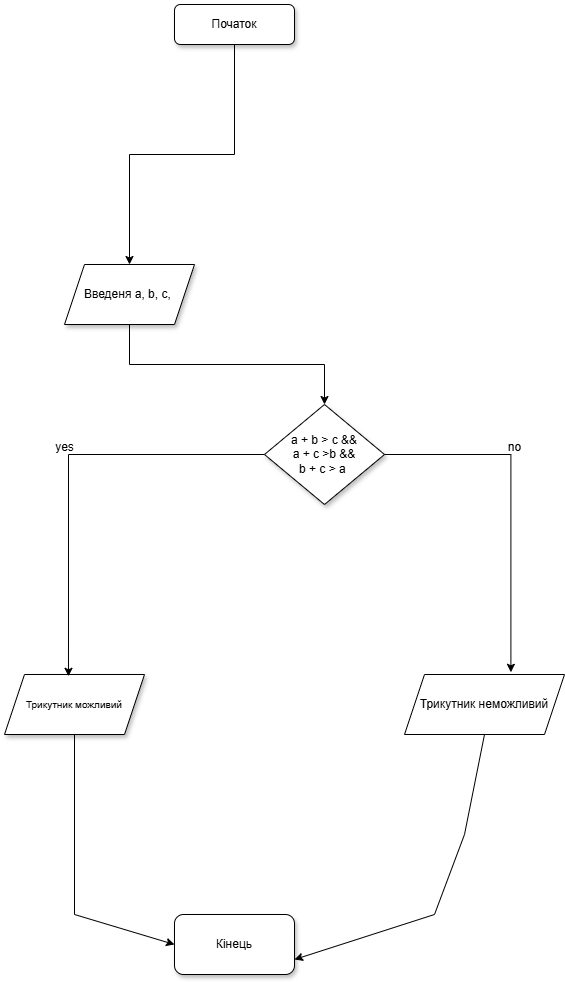
Above: Диаграмма без названия.drawio.png in Ivan123Ukr/-1 (draw.io), before the change. Source tidied: cells renumbered, new cells last; positions are measured from the earlier drawing's top-left corner, leaving out a move shared by most shapes. Its diagram source:
```xml
<mxGraphModel>
  <root>
    <mxCell id="0" />
    <mxCell id="1" parent="0" />
    <mxCell id="2" style="edgeStyle=orthogonalEdgeStyle;rounded=0;jettySize=auto;html=1;entryX=0.5;entryY=0;entryDx=0;entryDy=0;" parent="1" edge="1" source="3" target="5">
      <mxGeometry relative="1" as="geometry" />
    </mxCell>
    <mxCell id="3" value="Початок" style="rounded=1;whiteSpace=wrap;html=1;shadow=1;" parent="1" vertex="1">
      <mxGeometry x="170" width="120" height="40" as="geometry" />
    </mxCell>
    <mxCell id="4" style="edgeStyle=orthogonalEdgeStyle;rounded=0;jettySize=auto;html=1;exitX=0.5;exitY=1;exitDx=0;exitDy=0;" parent="1" edge="1" source="5" target="6">
      <mxGeometry relative="1" as="geometry" />
    </mxCell>
    <mxCell id="5" value="Введеня a, b, c,&amp;nbsp;" style="shape=parallelogram;perimeter=parallelogramPerimeter;whiteSpace=wrap;html=1;fixedSize=1;shadow=1;" parent="1" vertex="1">
      <mxGeometry x="60" y="260" width="130" height="60" as="geometry" />
    </mxCell>
    <mxCell id="6" value="a + b &amp;gt; c &amp;amp;&amp;amp;&lt;div&gt;a + c &amp;gt;b &amp;amp;&amp;amp;&lt;/div&gt;&lt;div&gt;b + c &amp;gt; a&amp;nbsp;&lt;/div&gt;" style="rhombus;whiteSpace=wrap;html=1;strokeWidth=1;shadow=1;" parent="1" vertex="1">
      <mxGeometry x="260" y="400" width="120" height="100" as="geometry" />
    </mxCell>
    <mxCell id="7" value="&lt;font size=&quot;1&quot;&gt;Трикутник можливий&lt;/font&gt;" style="shape=parallelogram;perimeter=parallelogramPerimeter;whiteSpace=wrap;html=1;fixedSize=1;shadow=1;" parent="1" vertex="1">
      <mxGeometry y="670" width="140" height="60" as="geometry" />
    </mxCell>
    <mxCell id="8" value="Трикутник неможливий" style="shape=parallelogram;perimeter=parallelogramPerimeter;whiteSpace=wrap;html=1;fixedSize=1;shadow=0;" parent="1" vertex="1">
      <mxGeometry x="400" y="670" width="160" height="60" as="geometry" />
    </mxCell>
    <mxCell id="9" style="edgeStyle=orthogonalEdgeStyle;rounded=0;jettySize=auto;html=1;entryX=0.457;entryY=0.03;entryDx=0;entryDy=0;entryPerimeter=0;" parent="1" edge="1" source="6" target="7">
      <mxGeometry relative="1" as="geometry" />
    </mxCell>
    <mxCell id="10" style="edgeStyle=orthogonalEdgeStyle;rounded=0;jettySize=auto;html=1;exitX=1;exitY=0.5;exitDx=0;exitDy=0;entryX=0.665;entryY=-0.037;entryDx=0;entryDy=0;entryPerimeter=0;" parent="1" edge="1" source="6" target="8">
      <mxGeometry relative="1" as="geometry" />
    </mxCell>
    <mxCell id="11" value="no" style="text;html=1;align=center;verticalAlign=middle;strokeColor=none;fillColor=none;" parent="1" vertex="1">
      <mxGeometry x="490" y="428" width="40" height="30" as="geometry" />
    </mxCell>
    <mxCell id="12" value="yes" style="text;html=1;align=center;verticalAlign=middle;strokeColor=none;fillColor=none;" parent="1" vertex="1">
      <mxGeometry x="40" y="428" width="40" height="30" as="geometry" />
    </mxCell>
    <mxCell id="13" value="Кінець" style="rounded=1;whiteSpace=wrap;html=1;shadow=1;" parent="1" vertex="1">
      <mxGeometry x="170" y="910" width="120" height="60" as="geometry" />
    </mxCell>
    <mxCell id="14" style="endArrow=classic;html=1;rounded=0;exitX=0.5;exitY=1;exitDx=0;exitDy=0;entryX=1;entryY=0.75;entryDx=0;entryDy=0;" parent="1" edge="1" source="8" target="13">
      <mxGeometry relative="1" as="geometry">
        <Array as="points">
          <mxPoint x="460" y="830" />
          <mxPoint x="430" y="910" />
        </Array>
      </mxGeometry>
    </mxCell>
    <mxCell id="15" style="endArrow=classic;html=1;rounded=0;exitX=0.5;exitY=1;exitDx=0;exitDy=0;entryX=0;entryY=0.5;entryDx=0;entryDy=0;" parent="1" edge="1" source="7" target="13">
      <mxGeometry relative="1" as="geometry">
        <Array as="points">
          <mxPoint x="70" y="910" />
        </Array>
      </mxGeometry>
    </mxCell>
  </root>
</mxGraphModel>
```
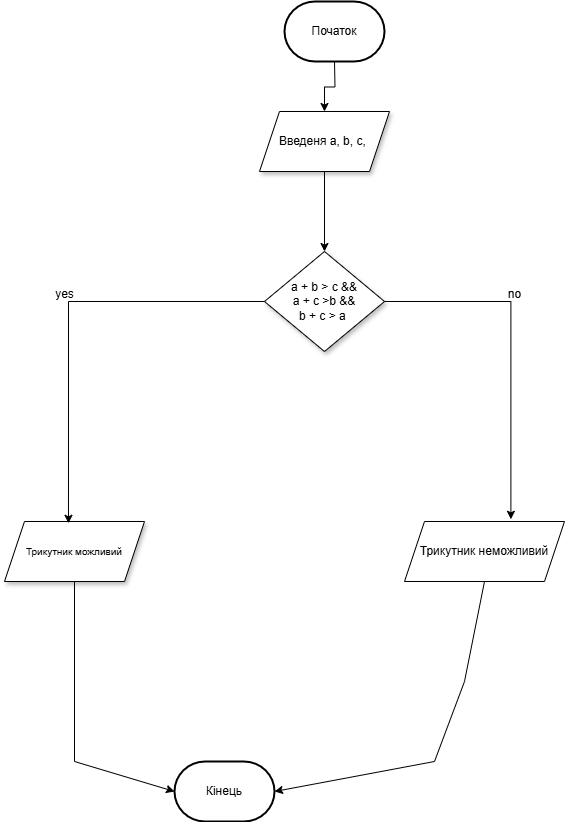
The same diagram one commit later.

Change to the diagram source:
```diff
@@ -2,17 +2,16 @@
   <root>
     <mxCell id="0" />
     <mxCell id="1" parent="0" />
-    <mxCell id="2" style="edgeStyle=orthogonalEdgeStyle;rounded=0;jettySize=auto;html=1;entryX=0.5;entryY=0;entryDx=0;entryDy=0;" parent="1" edge="1" source="3" target="5">
-      <mxGeometry relative="1" as="geometry" />
+    <mxCell id="2" style="edgeStyle=orthogonalEdgeStyle;rounded=0;jettySize=auto;html=1;entryX=0.5;entryY=0;entryDx=0;entryDy=0;" parent="1" edge="1" target="5">
+      <mxGeometry relative="1" as="geometry">
+        <mxPoint x="330" y="210" as="sourcePoint" />
+      </mxGeometry>
     </mxCell>
-    <mxCell id="3" value="Початок" style="rounded=1;whiteSpace=wrap;html=1;shadow=1;" parent="1" vertex="1">
-      <mxGeometry x="170" width="120" height="40" as="geometry" />
-    </mxCell>
     <mxCell id="4" style="edgeStyle=orthogonalEdgeStyle;rounded=0;jettySize=auto;html=1;exitX=0.5;exitY=1;exitDx=0;exitDy=0;" parent="1" edge="1" source="5" target="6">
       <mxGeometry relative="1" as="geometry" />
     </mxCell>
     <mxCell id="5" value="Введеня a, b, c,&amp;nbsp;" style="shape=parallelogram;perimeter=parallelogramPerimeter;whiteSpace=wrap;html=1;fixedSize=1;shadow=1;" parent="1" vertex="1">
-      <mxGeometry x="60" y="260" width="130" height="60" as="geometry" />
+      <mxGeometry x="255" y="260" width="130" height="60" as="geometry" />
     </mxCell>
     <mxCell id="6" value="a + b &amp;gt; c &amp;amp;&amp;amp;&lt;div&gt;a + c &amp;gt;b &amp;amp;&amp;amp;&lt;/div&gt;&lt;div&gt;b + c &amp;gt; a&amp;nbsp;&lt;/div&gt;" style="rhombus;whiteSpace=wrap;html=1;strokeWidth=1;shadow=1;" parent="1" vertex="1">
       <mxGeometry x="260" y="400" width="120" height="100" as="geometry" />
@@ -35,10 +34,7 @@
     <mxCell id="12" value="yes" style="text;html=1;align=center;verticalAlign=middle;strokeColor=none;fillColor=none;" parent="1" vertex="1">
       <mxGeometry x="40" y="428" width="40" height="30" as="geometry" />
     </mxCell>
-    <mxCell id="13" value="Кінець" style="rounded=1;whiteSpace=wrap;html=1;shadow=1;" parent="1" vertex="1">
-      <mxGeometry x="170" y="910" width="120" height="60" as="geometry" />
-    </mxCell>
-    <mxCell id="14" style="endArrow=classic;html=1;rounded=0;exitX=0.5;exitY=1;exitDx=0;exitDy=0;entryX=1;entryY=0.75;entryDx=0;entryDy=0;" parent="1" edge="1" source="8" target="13">
+    <mxCell id="14" style="endArrow=classic;html=1;rounded=0;exitX=0.5;exitY=1;exitDx=0;exitDy=0;entryX=1;entryY=0.5;entryDx=0;entryDy=0;entryPerimeter=0;" parent="1" edge="1" source="8" target="13">
       <mxGeometry relative="1" as="geometry">
         <Array as="points">
           <mxPoint x="460" y="830" />
@@ -46,12 +42,19 @@
         </Array>
       </mxGeometry>
     </mxCell>
-    <mxCell id="15" style="endArrow=classic;html=1;rounded=0;exitX=0.5;exitY=1;exitDx=0;exitDy=0;entryX=0;entryY=0.5;entryDx=0;entryDy=0;" parent="1" edge="1" source="7" target="13">
+    <mxCell id="15" style="endArrow=classic;html=1;rounded=0;exitX=0.5;exitY=1;exitDx=0;exitDy=0;entryX=0;entryY=0.5;entryDx=0;entryDy=0;" parent="1" edge="1" source="7">
       <mxGeometry relative="1" as="geometry">
+        <mxPoint x="170" y="940" as="targetPoint" />
         <Array as="points">
           <mxPoint x="70" y="910" />
         </Array>
       </mxGeometry>
     </mxCell>
+    <mxCell id="3" value="Початок" style="strokeWidth=2;html=1;shape=mxgraph.flowchart.terminator;whiteSpace=wrap;" parent="1" vertex="1">
+      <mxGeometry x="280" y="150" width="100" height="60" as="geometry" />
+    </mxCell>
+    <mxCell id="13" value="Кінець" style="strokeWidth=2;html=1;shape=mxgraph.flowchart.terminator;whiteSpace=wrap;" parent="1" vertex="1">
+      <mxGeometry x="170" y="910" width="100" height="60" as="geometry" />
+    </mxCell>
   </root>
 </mxGraphModel>
```
